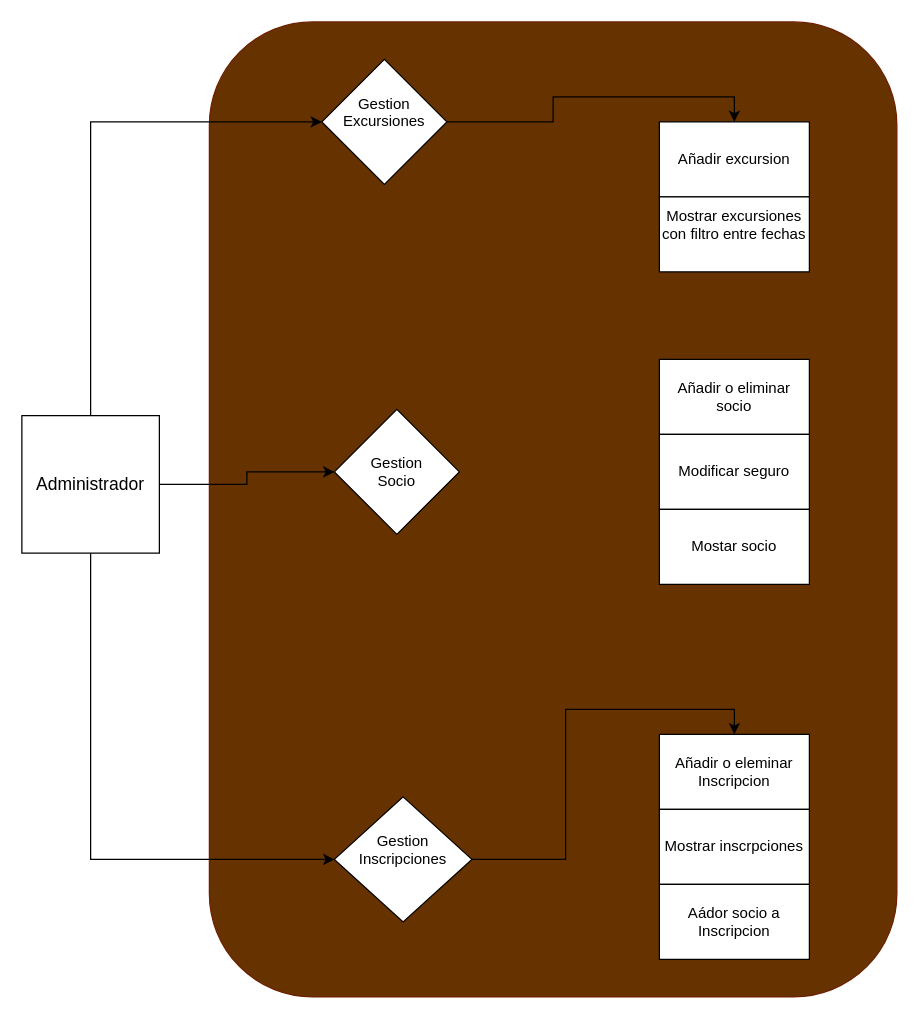
Earlier version of the draw.io diagram Diagrama -Diego/DiagramaUsoDiegoDiaz.drawio (dadd86/The-Javengers---IntellJ). Source tidied: cells renumbered, new cells numbered last; positions are measured from the earlier drawing's top-left corner, leaving out a move shared by most shapes. Both pictures are drawn from the tidied source at 125%, with x=0, y=0 at pixel (21, 21).
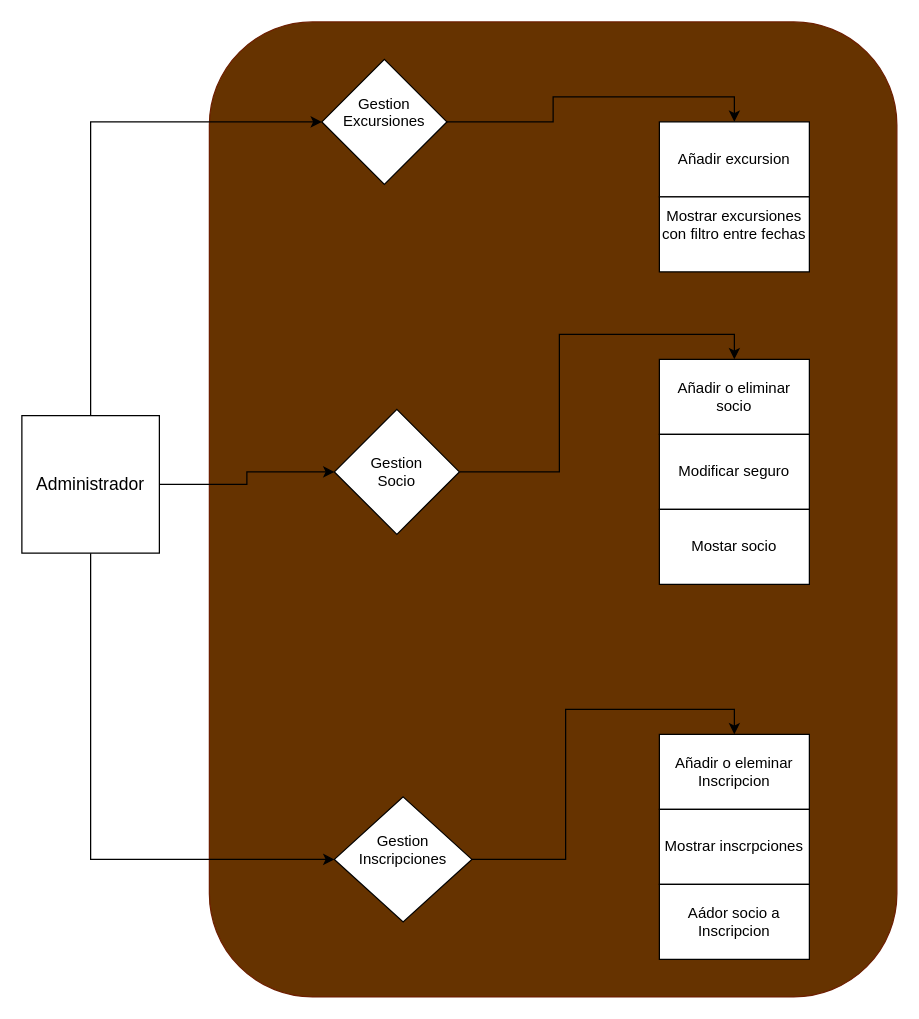
The same page after the edit.

The change refers to these unchanged cells:
```xml
<mxCell id="9" value="Gestion&lt;div&gt;Socio&lt;/div&gt;" style="rhombus;whiteSpace=wrap;html=1;" parent="1" vertex="1">
  <mxGeometry x="250" y="310" width="100" height="100" as="geometry" />
</mxCell>
<mxCell id="14" value="Añadir o eliminar socio" style="rounded=0;whiteSpace=wrap;html=1;" parent="1" vertex="1">
  <mxGeometry x="510" y="270" width="120" height="60" as="geometry" />
</mxCell>
```

The edit, as a diff of the source:
```diff
@@
+    <mxCell id="20" style="edgeStyle=orthogonalEdgeStyle;rounded=0;jettySize=auto;html=1;exitX=1;exitY=0.5;exitDx=0;exitDy=0;entryX=0.5;entryY=0;entryDx=0;entryDy=0;" parent="1" edge="1" source="9" target="14">
+      <mxGeometry relative="1" as="geometry" />
+    </mxCell>
```
